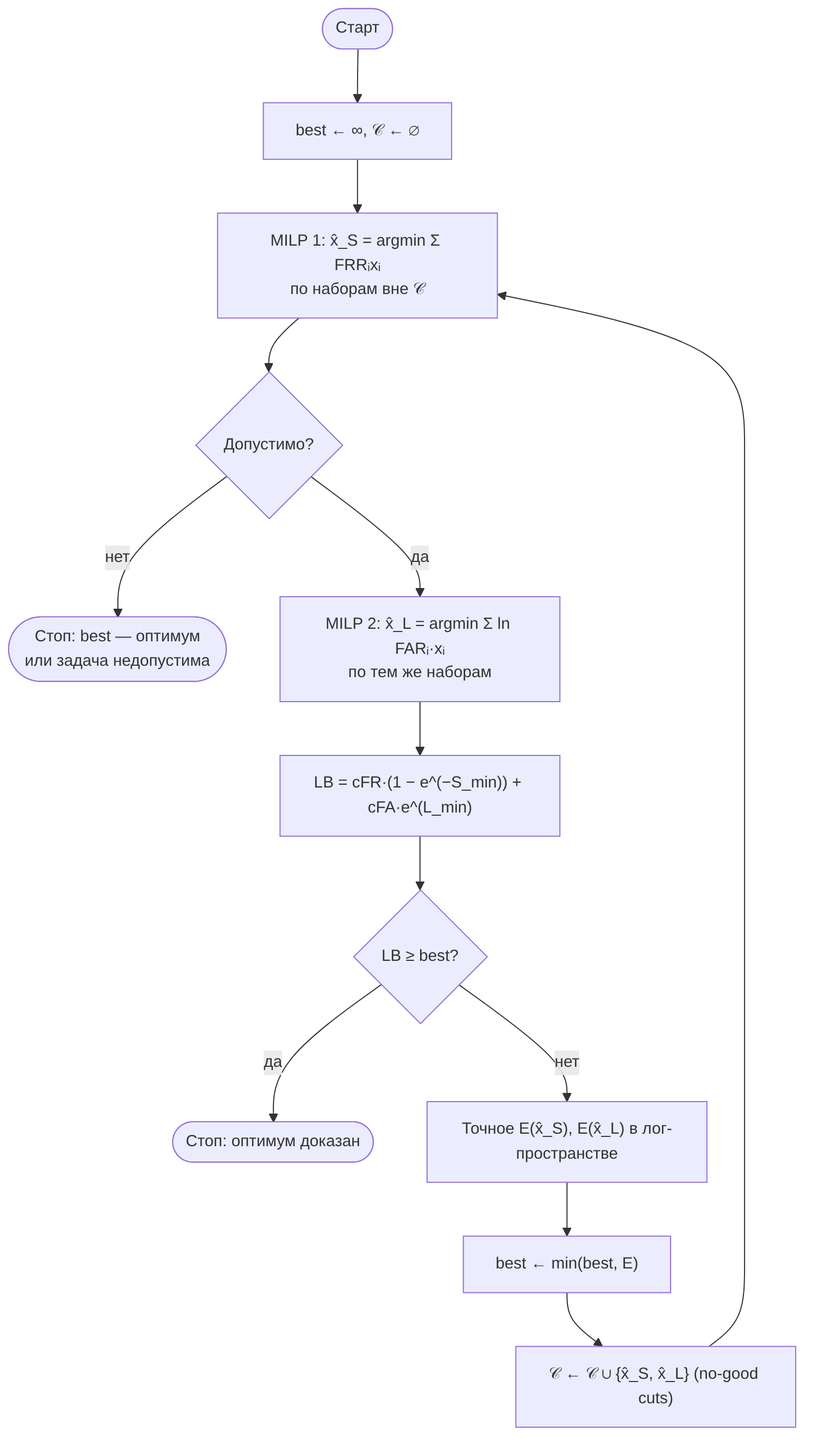
Above: docs/diagrams/10-certified-ilp-algorithm.png in DcNi3L/bioauth-optimizer (Mermaid), before the change. Its source is kept beside it as docs/diagrams/10-certified-ilp-algorithm.mmd.
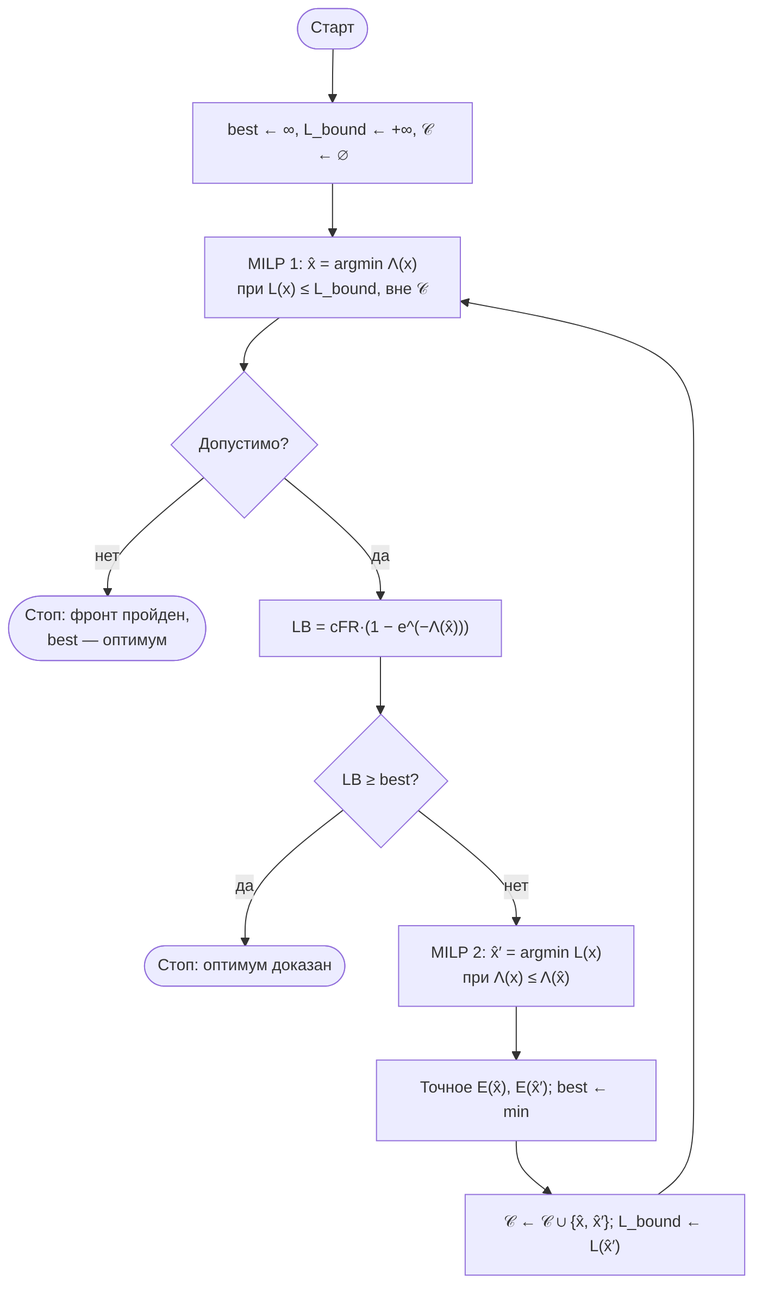
After the commit.

Diff of the diagram source:
```diff
@@ -1,13 +1,12 @@
 flowchart TD
-  A([Старт]) --> B["best ← ∞, 𝒞 ← ∅"]
-  B --> C["MILP 1: x̂_S = argmin Σ FRRᵢxᵢ<br/>по наборам вне 𝒞"]
+  A([Старт]) --> B["best ← ∞, L_bound ← +∞, 𝒞 ← ∅"]
+  B --> C["MILP 1: x̂ = argmin Λ(x)<br/>при L(x) ≤ L_bound, вне 𝒞"]
   C --> D{Допустимо?}
-  D -- нет --> Z([Стоп: best — оптимум<br/>или задача недопустима])
-  D -- да --> C2["MILP 2: x̂_L = argmin Σ ln FARᵢ·xᵢ<br/>по тем же наборам"]
-  C2 --> E["LB = cFR·(1 − e^(−S_min)) + cFA·e^(L_min)"]
+  D -- нет --> Z([Стоп: фронт пройден,<br/>best — оптимум])
+  D -- да --> E["LB = cFR·(1 − e^(−Λ(x̂)))"]
   E --> F{LB ≥ best?}
   F -- да --> Z2([Стоп: оптимум доказан])
-  F -- нет --> G["Точное E(x̂_S), E(x̂_L) в лог-пространстве"]
-  G --> H["best ← min(best, E)"]
-  H --> I["𝒞 ← 𝒞 ∪ {x̂_S, x̂_L} (no-good cuts)"]
+  F -- нет --> G["MILP 2: x̂′ = argmin L(x)<br/>при Λ(x) ≤ Λ(x̂)"]
+  G --> H["Точное E(x̂), E(x̂′); best ← min"]
+  H --> I["𝒞 ← 𝒞 ∪ {x̂, x̂′}; L_bound ← L(x̂′)"]
   I --> C
```
